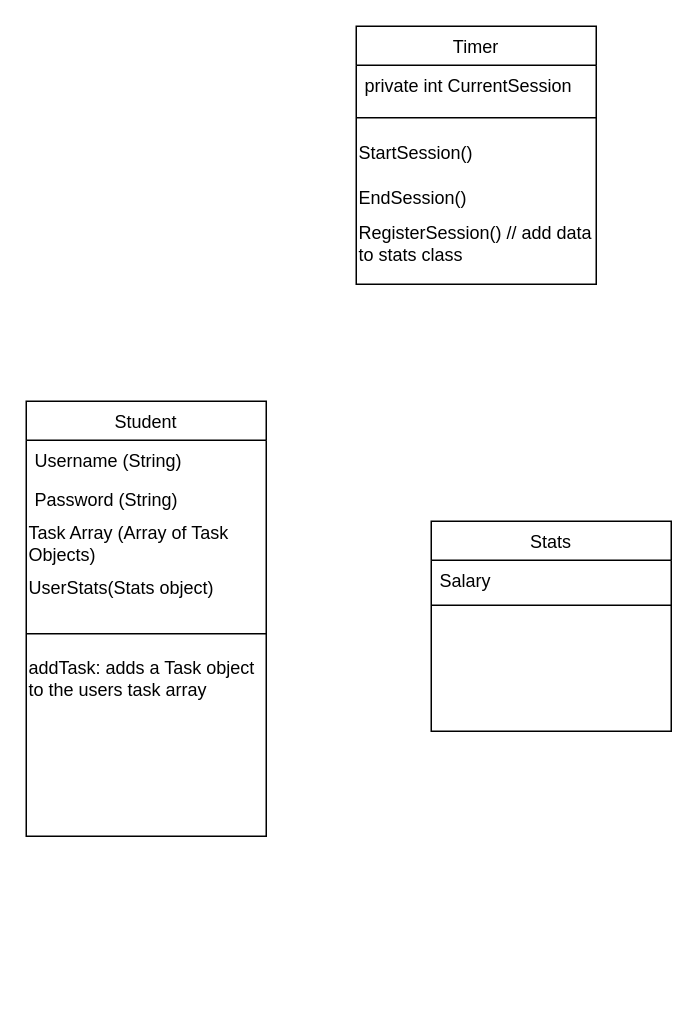
Above: Untitled Diagram.drawio in DROFEL/Please_Compile_ProSchoolar (draw.io), before the change. Source tidied: cells renumbered, new cells numbered last; positions are measured from the earlier drawing's top-left corner, leaving out a move shared by most shapes. Both pictures are drawn from the tidied source at 150%, with x=0, y=0 at pixel (26, 26).
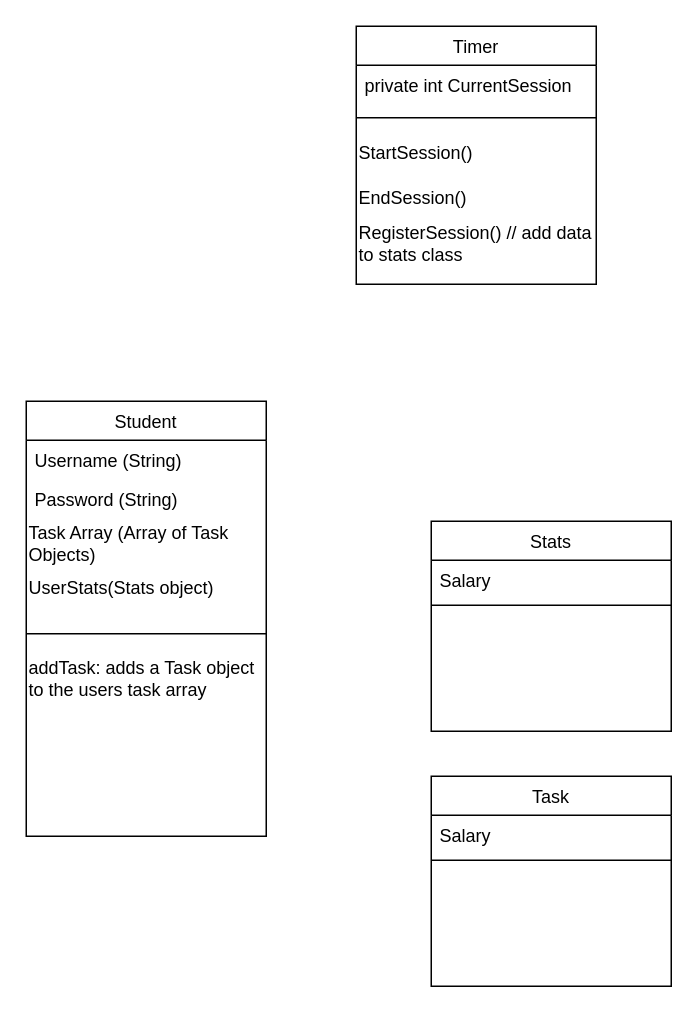
Above is the later version.

What changed in the source:
```diff
@@
+    <mxCell id="18" value="Task" style="swimlane;fontStyle=0;align=center;verticalAlign=top;horizontal=1;startSize=26;rounded=0;shadow=0;strokeWidth=1;" parent="1" vertex="1">
+      <mxGeometry x="270" y="500" width="160" height="140" as="geometry" />
+    </mxCell>
+    <mxCell id="19" value="Salary" style="text;align=left;verticalAlign=top;spacingLeft=4;spacingRight=4;overflow=hidden;" parent="18" vertex="1">
+      <mxGeometry y="26" width="160" height="26" as="geometry" />
+    </mxCell>
+    <mxCell id="20" style="line;html=1;strokeWidth=1;align=left;verticalAlign=middle;spacingTop=-1;spacingLeft=3;spacingRight=3;labelPosition=right;" parent="18" vertex="1">
+      <mxGeometry y="52" width="160" height="8" as="geometry" />
+    </mxCell>
```
